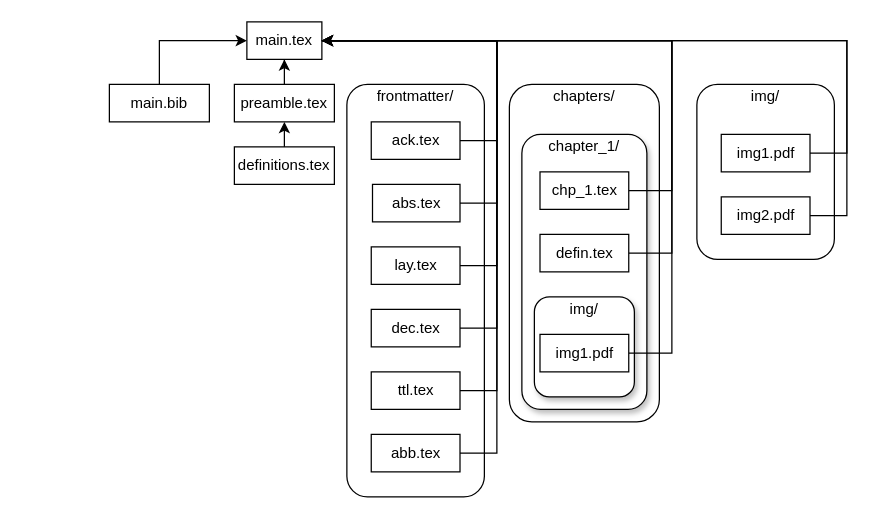
johngodlee/phd_thesis keeps this draw.io diagram as drawio/struc.drawio. Above is the earlier version. Source tidied: cells renumbered, new cells numbered last; positions are measured from the earlier drawing's top-left corner, leaving out a move shared by most shapes. Both pictures are drawn from the tidied source at 125%, with x=0, y=0 at pixel (109, 21).
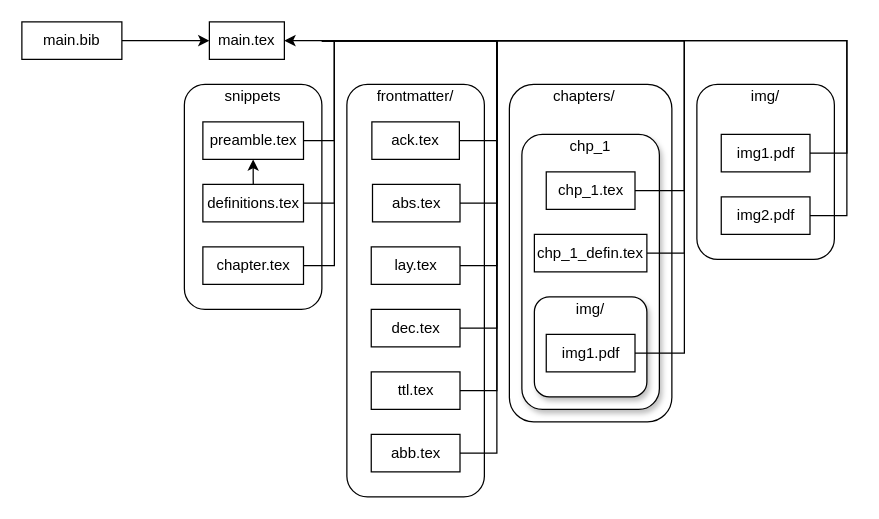
The same page after the edit.

Unchanged cells that the change refers to:
```xml
<mxCell id="14" value="abs.tex" style="rounded=0;whiteSpace=wrap;html=1;" parent="1" vertex="1">
  <mxGeometry x="210.5" y="130" width="70" height="30" as="geometry" />
</mxCell>
<mxCell id="16" value="lay.tex" style="rounded=0;whiteSpace=wrap;html=1;" parent="1" vertex="1">
  <mxGeometry x="209.5" y="180" width="71" height="30" as="geometry" />
</mxCell>
<mxCell id="18" value="dec.tex" style="rounded=0;whiteSpace=wrap;html=1;" parent="1" vertex="1">
  <mxGeometry x="209.5" y="230" width="71" height="30" as="geometry" />
</mxCell>
<mxCell id="20" value="ttl.tex" style="rounded=0;whiteSpace=wrap;html=1;" parent="1" vertex="1">
  <mxGeometry x="209.5" y="280" width="71" height="30" as="geometry" />
</mxCell>
<mxCell id="22" value="abb.tex" style="rounded=0;whiteSpace=wrap;html=1;" parent="1" vertex="1">
  <mxGeometry x="209.5" y="330" width="71" height="30" as="geometry" />
</mxCell>
<mxCell id="24" value="img1.pdf" style="rounded=0;whiteSpace=wrap;html=1;" parent="1" vertex="1">
  <mxGeometry x="489.5" y="90" width="71" height="30" as="geometry" />
</mxCell>
<mxCell id="26" value="img2.pdf" style="rounded=0;whiteSpace=wrap;html=1;" parent="1" vertex="1">
  <mxGeometry x="489.5" y="140" width="71" height="30" as="geometry" />
</mxCell>
```

Diff of the diagram source:
```diff
@@
     <mxCell id="3" style="rounded=1;whiteSpace=wrap;html=1;shadow=0;" parent="1" vertex="1">
-      <mxGeometry x="320" y="50" width="120" height="270" as="geometry" />
+      <mxGeometry x="320" y="50" width="130" height="270" as="geometry" />
     </mxCell>
     <mxCell id="4" style="rounded=1;whiteSpace=wrap;html=1;shadow=1;" parent="1" vertex="1">
-      <mxGeometry x="330" y="90" width="100" height="220" as="geometry" />
+      <mxGeometry x="330" y="90" width="110" height="220" as="geometry" />
     </mxCell>
@@
     <mxCell id="6" value="main.tex" style="rounded=0;whiteSpace=wrap;html=1;" parent="1" vertex="1">
-      <mxGeometry x="110" width="60" height="30" as="geometry" />
+      <mxGeometry x="80" width="60" height="30" as="geometry" />
     </mxCell>
-    <mxCell id="7" style="edgeStyle=orthogonalEdgeStyle;rounded=0;jettySize=auto;html=1;exitX=0.5;exitY=0;exitDx=0;exitDy=0;endArrow=classic;endFill=1;" parent="1" edge="1" source="8" target="6">
-      <mxGeometry relative="1" as="geometry" />
-    </mxCell>
-    <mxCell id="8" value="preamble.tex" style="rounded=0;whiteSpace=wrap;html=1;" parent="1" vertex="1">
-      <mxGeometry x="100" y="50" width="80" height="30" as="geometry" />
-    </mxCell>
-    <mxCell id="9" style="edgeStyle=orthogonalEdgeStyle;rounded=0;jettySize=auto;html=1;exitX=0.5;exitY=0;exitDx=0;exitDy=0;entryX=0.5;entryY=1;entryDx=0;entryDy=0;" parent="1" edge="1" source="10" target="8">
-      <mxGeometry relative="1" as="geometry" />
-    </mxCell>
-    <mxCell id="10" value="definitions.tex" style="rounded=0;whiteSpace=wrap;html=1;" parent="1" vertex="1">
-      <mxGeometry x="100" y="100" width="80" height="30" as="geometry" />
-    </mxCell>
-    <mxCell id="11" style="edgeStyle=orthogonalEdgeStyle;rounded=0;jettySize=auto;html=1;exitX=1;exitY=0.5;exitDx=0;exitDy=0;entryX=1;entryY=0.5;entryDx=0;entryDy=0;endArrow=none;endFill=0;" parent="1" edge="1" source="12" target="6">
+    <mxCell id="11" style="edgeStyle=orthogonalEdgeStyle;rounded=0;orthogonalLoop=1;jettySize=auto;html=1;exitX=1;exitY=0.5;exitDx=0;exitDy=0;entryX=1;entryY=0.5;entryDx=0;entryDy=0;endArrow=none;endFill=0;" parent="1" edge="1">
       <mxGeometry relative="1" as="geometry">
+        <mxPoint x="280" y="95" as="sourcePoint" />
+        <mxPoint x="170" y="15" as="targetPoint" />
         <Array as="points">
           <mxPoint x="310" y="95" />
           <mxPoint x="310" y="15" />
         </Array>
       </mxGeometry>
     </mxCell>
     <mxCell id="12" value="ack.tex" style="rounded=0;whiteSpace=wrap;html=1;" parent="1" vertex="1">
-      <mxGeometry x="209.5" y="80" width="71" height="30" as="geometry" />
+      <mxGeometry x="210" y="80" width="70" height="30" as="geometry" />
     </mxCell>
-    <mxCell id="13" style="edgeStyle=orthogonalEdgeStyle;rounded=0;jettySize=auto;html=1;exitX=1;exitY=0.5;exitDx=0;exitDy=0;entryX=1;entryY=0.5;entryDx=0;entryDy=0;endArrow=none;endFill=0;" parent="1" edge="1" source="14" target="6">
+    <mxCell id="13" style="edgeStyle=orthogonalEdgeStyle;rounded=0;orthogonalLoop=1;jettySize=auto;html=1;exitX=1;exitY=0.5;exitDx=0;exitDy=0;entryX=1;entryY=0.5;entryDx=0;entryDy=0;endArrow=none;endFill=0;" parent="1" edge="1">
       <mxGeometry relative="1" as="geometry">
+        <mxPoint x="280.5" y="145" as="sourcePoint" />
+        <mxPoint x="170" y="15" as="targetPoint" />
         <Array as="points">
           <mxPoint x="310" y="145" />
           <mxPoint x="310" y="15" />
         </Array>
       </mxGeometry>
     </mxCell>
@@
-    <mxCell id="15" style="edgeStyle=orthogonalEdgeStyle;rounded=0;jettySize=auto;html=1;exitX=1;exitY=0.5;exitDx=0;exitDy=0;entryX=1;entryY=0.5;entryDx=0;entryDy=0;endArrow=none;endFill=0;" parent="1" edge="1" source="16" target="6">
+    <mxCell id="15" style="edgeStyle=orthogonalEdgeStyle;rounded=0;orthogonalLoop=1;jettySize=auto;html=1;exitX=1;exitY=0.5;exitDx=0;exitDy=0;entryX=1;entryY=0.5;entryDx=0;entryDy=0;endArrow=none;endFill=0;" parent="1" edge="1">
       <mxGeometry relative="1" as="geometry">
+        <mxPoint x="280.5" y="195" as="sourcePoint" />
+        <mxPoint x="170" y="15" as="targetPoint" />
         <Array as="points">
           <mxPoint x="310" y="195" />
           <mxPoint x="310" y="15" />
         </Array>
       </mxGeometry>
     </mxCell>
@@
-    <mxCell id="17" style="edgeStyle=orthogonalEdgeStyle;rounded=0;jettySize=auto;html=1;exitX=1;exitY=0.5;exitDx=0;exitDy=0;entryX=1;entryY=0.5;entryDx=0;entryDy=0;endArrow=none;endFill=0;" parent="1" edge="1" source="18" target="6">
+    <mxCell id="17" style="edgeStyle=orthogonalEdgeStyle;rounded=0;orthogonalLoop=1;jettySize=auto;html=1;exitX=1;exitY=0.5;exitDx=0;exitDy=0;entryX=1;entryY=0.5;entryDx=0;entryDy=0;endArrow=none;endFill=0;" parent="1" edge="1">
       <mxGeometry relative="1" as="geometry">
+        <mxPoint x="280.5" y="245" as="sourcePoint" />
+        <mxPoint x="170" y="15" as="targetPoint" />
         <Array as="points">
           <mxPoint x="310" y="245" />
           <mxPoint x="310" y="15" />
         </Array>
       </mxGeometry>
     </mxCell>
@@
-    <mxCell id="19" style="edgeStyle=orthogonalEdgeStyle;rounded=0;jettySize=auto;html=1;exitX=1;exitY=0.5;exitDx=0;exitDy=0;endArrow=none;endFill=0;entryX=1;entryY=0.5;entryDx=0;entryDy=0;" parent="1" edge="1" source="20" target="6">
+    <mxCell id="19" style="edgeStyle=orthogonalEdgeStyle;rounded=0;orthogonalLoop=1;jettySize=auto;html=1;exitX=1;exitY=0.5;exitDx=0;exitDy=0;endArrow=none;endFill=0;entryX=1;entryY=0.5;entryDx=0;entryDy=0;" parent="1" edge="1">
       <mxGeometry relative="1" as="geometry">
+        <mxPoint x="280.5" y="295" as="sourcePoint" />
+        <mxPoint x="170" y="15" as="targetPoint" />
         <Array as="points">
           <mxPoint x="310" y="295" />
           <mxPoint x="310" y="15" />
         </Array>
       </mxGeometry>
     </mxCell>
@@
-    <mxCell id="21" style="edgeStyle=orthogonalEdgeStyle;rounded=0;jettySize=auto;html=1;entryX=1;entryY=0.5;entryDx=0;entryDy=0;endArrow=classic;endFill=1;exitX=1;exitY=0.5;exitDx=0;exitDy=0;" parent="1" edge="1" source="22" target="6">
+    <mxCell id="21" style="edgeStyle=orthogonalEdgeStyle;rounded=0;orthogonalLoop=1;jettySize=auto;html=1;entryX=1;entryY=0.5;entryDx=0;entryDy=0;endArrow=none;endFill=0;exitX=1;exitY=0.5;exitDx=0;exitDy=0;" parent="1" edge="1">
       <mxGeometry relative="1" as="geometry">
+        <mxPoint x="280.5" y="345" as="sourcePoint" />
+        <mxPoint x="170" y="15" as="targetPoint" />
         <Array as="points">
           <mxPoint x="310" y="345" />
           <mxPoint x="310" y="15" />
         </Array>
       </mxGeometry>
     </mxCell>
@@
-    <mxCell id="23" style="edgeStyle=orthogonalEdgeStyle;rounded=0;jettySize=auto;html=1;exitX=1;exitY=0.5;exitDx=0;exitDy=0;entryX=1;entryY=0.5;entryDx=0;entryDy=0;endArrow=classic;endFill=1;" parent="1" edge="1" source="24" target="6">
+    <mxCell id="23" style="edgeStyle=orthogonalEdgeStyle;rounded=0;jettySize=auto;html=1;exitX=1;exitY=0.5;exitDx=0;exitDy=0;entryX=1;entryY=0.5;entryDx=0;entryDy=0;endArrow=none;endFill=0;" parent="1" edge="1" source="24">
       <mxGeometry relative="1" as="geometry">
+        <mxPoint x="170" y="15" as="targetPoint" />
         <Array as="points">
           <mxPoint x="590" y="105" />
           <mxPoint x="590" y="15" />
         </Array>
       </mxGeometry>
     </mxCell>
@@
-    <mxCell id="25" style="edgeStyle=orthogonalEdgeStyle;rounded=0;jettySize=auto;html=1;exitX=1;exitY=0.5;exitDx=0;exitDy=0;entryX=1;entryY=0.5;entryDx=0;entryDy=0;endArrow=classic;endFill=1;" parent="1" edge="1" source="26" target="6">
+    <mxCell id="25" style="edgeStyle=orthogonalEdgeStyle;rounded=0;jettySize=auto;html=1;exitX=1;exitY=0.5;exitDx=0;exitDy=0;entryX=1;entryY=0.5;entryDx=0;entryDy=0;endArrow=none;endFill=0;" parent="1" edge="1" source="26">
       <mxGeometry relative="1" as="geometry">
+        <mxPoint x="170" y="15" as="targetPoint" />
         <Array as="points">
           <mxPoint x="590" y="155" />
           <mxPoint x="590" y="15" />
         </Array>
       </mxGeometry>
     </mxCell>
@@
-    <mxCell id="27" style="edgeStyle=orthogonalEdgeStyle;rounded=0;jettySize=auto;html=1;exitX=1;exitY=0.5;exitDx=0;exitDy=0;entryX=1;entryY=0.5;entryDx=0;entryDy=0;endArrow=classic;endFill=1;" parent="1" edge="1" source="28" target="6">
+    <mxCell id="27" style="edgeStyle=orthogonalEdgeStyle;rounded=0;orthogonalLoop=1;jettySize=auto;html=1;exitX=1;exitY=0.5;exitDx=0;exitDy=0;entryX=1;entryY=0.5;entryDx=0;entryDy=0;endArrow=none;endFill=0;" parent="1" edge="1">
       <mxGeometry relative="1" as="geometry">
+        <mxPoint x="420.5" y="135" as="sourcePoint" />
+        <mxPoint x="170" y="15" as="targetPoint" />
         <Array as="points">
-          <mxPoint x="450" y="135" />
-          <mxPoint x="450" y="15" />
+          <mxPoint x="460" y="135" />
+          <mxPoint x="460" y="15" />
         </Array>
       </mxGeometry>
     </mxCell>
     <mxCell id="28" value="chp_1.tex" style="rounded=0;whiteSpace=wrap;html=1;" parent="1" vertex="1">
-      <mxGeometry x="344.5" y="120" width="71" height="30" as="geometry" />
+      <mxGeometry x="349.5" y="120" width="71" height="30" as="geometry" />
     </mxCell>
-    <mxCell id="29" style="edgeStyle=orthogonalEdgeStyle;rounded=0;jettySize=auto;html=1;exitX=1;exitY=0.5;exitDx=0;exitDy=0;entryX=1;entryY=0.5;entryDx=0;entryDy=0;endArrow=classic;endFill=1;" parent="1" edge="1" source="30" target="6">
+    <mxCell id="29" style="edgeStyle=orthogonalEdgeStyle;rounded=0;orthogonalLoop=1;jettySize=auto;html=1;exitX=1;exitY=0.5;exitDx=0;exitDy=0;entryX=1;entryY=0.5;entryDx=0;entryDy=0;endArrow=none;endFill=0;" parent="1" edge="1">
       <mxGeometry relative="1" as="geometry">
+        <mxPoint x="430" y="185" as="sourcePoint" />
+        <mxPoint x="170" y="15" as="targetPoint" />
         <Array as="points">
-          <mxPoint x="450" y="185" />
-          <mxPoint x="450" y="15" />
+          <mxPoint x="460" y="185" />
+          <mxPoint x="460" y="15" />
         </Array>
       </mxGeometry>
     </mxCell>
-    <mxCell id="30" value="defin.tex" style="rounded=0;whiteSpace=wrap;html=1;" parent="1" vertex="1">
-      <mxGeometry x="344.5" y="170" width="71" height="30" as="geometry" />
+    <mxCell id="30" value="chp_1_defin.tex" style="rounded=0;whiteSpace=wrap;html=1;" parent="1" vertex="1">
+      <mxGeometry x="340" y="170" width="90" height="30" as="geometry" />
     </mxCell>
@@
-    <mxCell id="33" value="chapter_1/" style="text;html=1;strokeColor=none;fillColor=none;align=center;verticalAlign=middle;whiteSpace=wrap;rounded=0;" parent="1" vertex="1">
-      <mxGeometry x="330" y="90" width="100" height="20" as="geometry" />
+    <mxCell id="33" value="chp_1" style="text;html=1;strokeColor=none;fillColor=none;align=center;verticalAlign=middle;whiteSpace=wrap;rounded=0;" parent="1" vertex="1">
+      <mxGeometry x="330" y="90" width="110" height="20" as="geometry" />
     </mxCell>
@@
-    <mxCell id="35" style="edgeStyle=orthogonalEdgeStyle;rounded=0;jettySize=auto;html=1;exitX=0.5;exitY=0;exitDx=0;exitDy=0;entryX=0;entryY=0.5;entryDx=0;entryDy=0;" parent="1" edge="1" source="36" target="6">
+    <mxCell id="35" style="edgeStyle=orthogonalEdgeStyle;rounded=0;jettySize=auto;html=1;exitX=1;exitY=0.5;exitDx=0;exitDy=0;entryX=0;entryY=0.5;entryDx=0;entryDy=0;" parent="1" edge="1" source="36" target="6">
       <mxGeometry relative="1" as="geometry" />
     </mxCell>
     <mxCell id="36" value="main.bib" style="rounded=0;whiteSpace=wrap;html=1;" parent="1" vertex="1">
-      <mxGeometry y="50" width="80" height="30" as="geometry" />
+      <mxGeometry x="-70" width="80" height="30" as="geometry" />
     </mxCell>
     <mxCell id="37" style="rounded=1;whiteSpace=wrap;html=1;shadow=1;" parent="1" vertex="1">
-      <mxGeometry x="340" y="220" width="80" height="80" as="geometry" />
+      <mxGeometry x="340" y="220" width="90" height="80" as="geometry" />
     </mxCell>
     <mxCell id="38" value="img/" style="text;html=1;strokeColor=none;fillColor=none;align=center;verticalAlign=middle;whiteSpace=wrap;rounded=0;" parent="1" vertex="1">
-      <mxGeometry x="340" y="220" width="80" height="20" as="geometry" />
+      <mxGeometry x="340" y="220" width="90" height="20" as="geometry" />
     </mxCell>
+    <mxCell id="40" value="img1.pdf" style="rounded=0;whiteSpace=wrap;html=1;" parent="1" vertex="1">
+      <mxGeometry x="349.5" y="250" width="71" height="30" as="geometry" />
+    </mxCell>
+    <mxCell id="41" style="rounded=1;whiteSpace=wrap;html=1;shadow=0;" parent="1" vertex="1">
+      <mxGeometry x="60" y="50" width="110" height="180" as="geometry" />
+    </mxCell>
+    <mxCell id="42" value="snippets" style="text;html=1;strokeColor=none;fillColor=none;align=center;verticalAlign=middle;whiteSpace=wrap;rounded=0;labelPosition=center;verticalLabelPosition=middle;" parent="1" vertex="1">
+      <mxGeometry x="60" y="50" width="110" height="20" as="geometry" />
+    </mxCell>
+    <mxCell id="43" style="edgeStyle=orthogonalEdgeStyle;rounded=0;orthogonalLoop=1;jettySize=auto;html=1;exitX=1;exitY=0.5;exitDx=0;exitDy=0;entryX=1;entryY=0.5;entryDx=0;entryDy=0;endArrow=none;endFill=0;" parent="1" edge="1">
+      <mxGeometry relative="1" as="geometry">
+        <mxPoint x="155.2" y="95" as="sourcePoint" />
+        <mxPoint x="170" y="15" as="targetPoint" />
+        <Array as="points">
+          <mxPoint x="180" y="95" />
+          <mxPoint x="180" y="15" />
+        </Array>
+      </mxGeometry>
+    </mxCell>
+    <mxCell id="8" value="preamble.tex" style="rounded=0;whiteSpace=wrap;html=1;" parent="1" vertex="1">
+      <mxGeometry x="74.8" y="80" width="80.5" height="30" as="geometry" />
+    </mxCell>
+    <mxCell id="44" style="edgeStyle=orthogonalEdgeStyle;rounded=0;orthogonalLoop=1;jettySize=auto;html=1;entryX=0.5;entryY=1;entryDx=0;entryDy=0;" parent="1" edge="1">
+      <mxGeometry relative="1" as="geometry">
+        <mxPoint x="115.1" y="130" as="sourcePoint" />
+        <mxPoint x="115" y="110" as="targetPoint" />
+      </mxGeometry>
+    </mxCell>
+    <mxCell id="45" style="edgeStyle=orthogonalEdgeStyle;rounded=0;orthogonalLoop=1;jettySize=auto;html=1;exitX=1;exitY=0.5;exitDx=0;exitDy=0;entryX=1;entryY=0.5;entryDx=0;entryDy=0;endArrow=none;endFill=0;" parent="1" edge="1">
+      <mxGeometry relative="1" as="geometry">
+        <mxPoint x="155.2" y="145" as="sourcePoint" />
+        <mxPoint x="170" y="15" as="targetPoint" />
+        <Array as="points">
+          <mxPoint x="180" y="145" />
+          <mxPoint x="180" y="15" />
+        </Array>
+      </mxGeometry>
+    </mxCell>
+    <mxCell id="10" value="definitions.tex" style="rounded=0;whiteSpace=wrap;html=1;" parent="1" vertex="1">
+      <mxGeometry x="74.8" y="130" width="80.5" height="30" as="geometry" />
+    </mxCell>
+    <mxCell id="46" value="chapter.tex" style="rounded=0;whiteSpace=wrap;html=1;" parent="1" vertex="1">
+      <mxGeometry x="74.8" y="180" width="80.5" height="30" as="geometry" />
+    </mxCell>
+    <mxCell id="47" style="edgeStyle=orthogonalEdgeStyle;rounded=0;orthogonalLoop=1;jettySize=auto;html=1;exitX=1;exitY=0.5;exitDx=0;exitDy=0;entryX=1;entryY=0.5;entryDx=0;entryDy=0;endArrow=none;endFill=0;" parent="1" edge="1">
+      <mxGeometry relative="1" as="geometry">
+        <mxPoint x="155.2" y="195" as="sourcePoint" />
+        <mxPoint x="170" y="15" as="targetPoint" />
+        <Array as="points">
+          <mxPoint x="180" y="195" />
+          <mxPoint x="180" y="15" />
+        </Array>
+      </mxGeometry>
+    </mxCell>
-    <mxCell id="39" style="edgeStyle=orthogonalEdgeStyle;rounded=0;jettySize=auto;html=1;entryX=1;entryY=0.5;entryDx=0;entryDy=0;endArrow=none;endFill=0;exitX=1;exitY=0.5;exitDx=0;exitDy=0;" parent="1" edge="1" source="40" target="6">
+    <mxCell id="39" style="edgeStyle=orthogonalEdgeStyle;rounded=0;jettySize=auto;html=1;entryX=1;entryY=0.5;entryDx=0;entryDy=0;endArrow=classic;endFill=1;exitX=1;exitY=0.5;exitDx=0;exitDy=0;" parent="1" edge="1" target="6">
       <mxGeometry relative="1" as="geometry">
+        <mxPoint x="420.5" y="265" as="sourcePoint" />
         <Array as="points">
-          <mxPoint x="450" y="265" />
-          <mxPoint x="450" y="15" />
+          <mxPoint x="460" y="265" />
+          <mxPoint x="460" y="15" />
         </Array>
       </mxGeometry>
     </mxCell>
-    <mxCell id="40" value="img1.pdf" style="rounded=0;whiteSpace=wrap;html=1;" parent="1" vertex="1">
-      <mxGeometry x="344.5" y="250" width="71" height="30" as="geometry" />
-    </mxCell>
```
